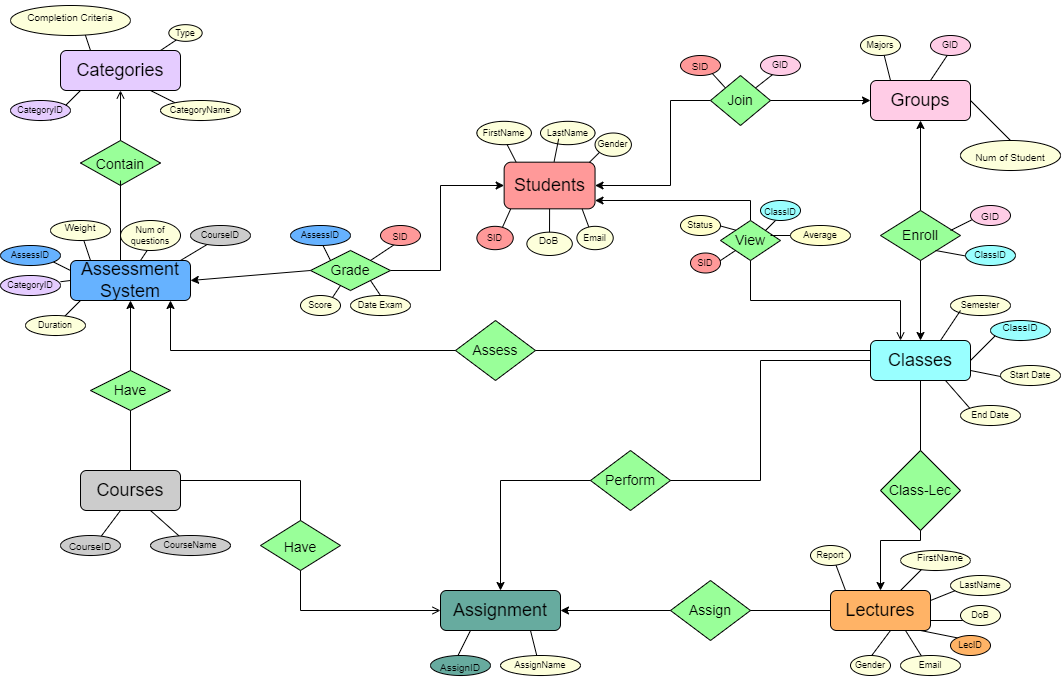
Earlier version of the draw.io export ERD Update 2.drawio.png (Vovietmanh/DBI202-MyAssignment). Source tidied: cells renumbered, new cells last; positions are measured from the earlier drawing's top-left corner, leaving out a move shared by most shapes.
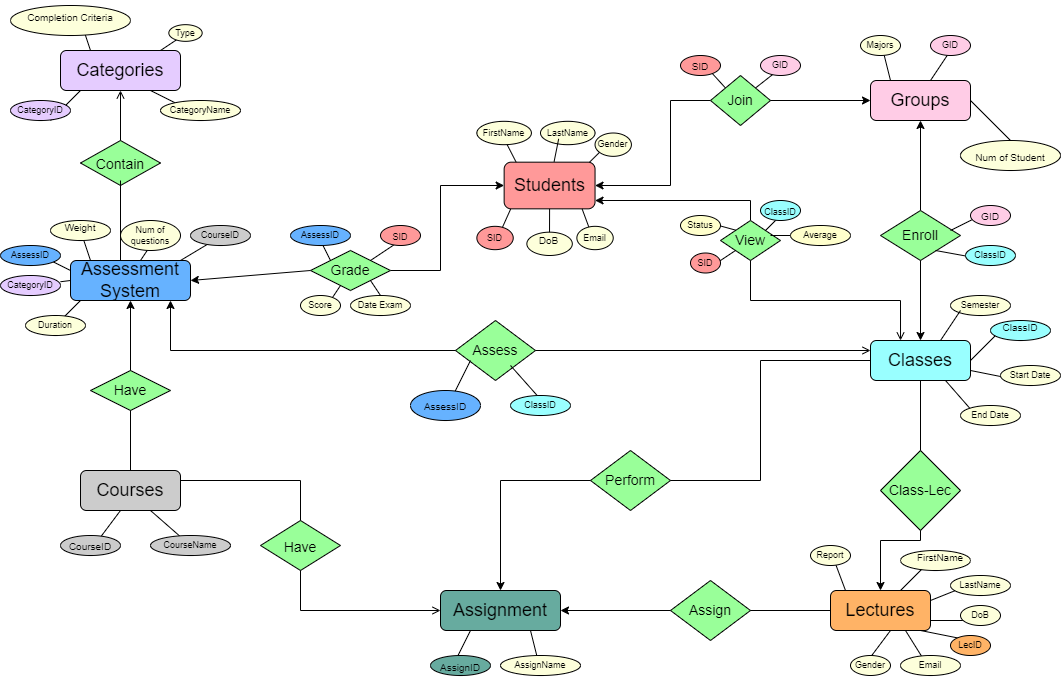
Later version of the same file.

Diff of the diagram source:
```diff
@@ -914,6 +914,35 @@
     <mxCell id="252" value="&lt;span style=&quot;font-size: 14px;&quot;&gt;Assess&lt;/span&gt;" style="text;html=1;strokeColor=none;fillColor=none;align=center;verticalAlign=middle;whiteSpace=wrap;rounded=0;fontSize=9;" parent="1" vertex="1">
       <mxGeometry x="465" y="335" width="60" height="30" as="geometry" />
     </mxCell>
+    <mxCell id="281" style="endArrow=none;html=1;rounded=0;fontSize=14;" parent="1" edge="1">
+      <mxGeometry relative="1" as="geometry">
+        <mxPoint x="450" y="400" as="sourcePoint" />
+        <mxPoint x="470" y="360" as="targetPoint" />
+      </mxGeometry>
+    </mxCell>
+    <mxCell id="282" style="group;" parent="1" vertex="1">
+      <mxGeometry x="410" y="390" width="70" height="30" as="geometry" />
+    </mxCell>
+    <mxCell id="283" style="ellipse;whiteSpace=wrap;html=1;fontSize=14;fillColor=#66B2FF;" parent="282" vertex="1">
+      <mxGeometry width="70" height="30" as="geometry" />
+    </mxCell>
+    <mxCell id="284" value="&lt;font size=&quot;1&quot;&gt;AssessID&lt;/font&gt;" style="text;html=1;strokeColor=none;fillColor=none;align=center;verticalAlign=middle;whiteSpace=wrap;rounded=0;fontSize=14;" parent="282" vertex="1">
+      <mxGeometry x="5" width="60" height="30" as="geometry" />
+    </mxCell>
+    <mxCell id="285" style="endArrow=none;html=1;rounded=0;fontSize=9;entryX=0.75;entryY=1;entryDx=0;entryDy=0;" parent="1" edge="1" target="252">
+      <mxGeometry relative="1" as="geometry">
+        <mxPoint x="550" y="410" as="sourcePoint" />
+      </mxGeometry>
+    </mxCell>
+    <mxCell id="286" style="group;" parent="1" vertex="1">
+      <mxGeometry x="510" y="390" width="60" height="30" as="geometry" />
+    </mxCell>
+    <mxCell id="287" style="ellipse;whiteSpace=wrap;html=1;fontSize=9;fillColor=#99FFFF;" parent="286" vertex="1">
+      <mxGeometry y="5" width="60" height="20" as="geometry" />
+    </mxCell>
+    <mxCell id="288" value="ClassID" style="text;html=1;strokeColor=none;fillColor=none;align=center;verticalAlign=middle;whiteSpace=wrap;rounded=0;fontSize=9;" parent="286" vertex="1">
+      <mxGeometry width="60" height="30" as="geometry" />
+    </mxCell>
     <mxCell id="253" style="rhombus;whiteSpace=wrap;html=1;fontSize=9;fillColor=#99FF99;" parent="1" vertex="1">
       <mxGeometry x="590" y="450" width="80" height="60" as="geometry" />
     </mxCell>
@@ -1004,9 +1033,6 @@
         </Array>
       </mxGeometry>
     </mxCell>
-    <mxCell id="276" style="endArrow=none;html=1;rounded=0;fontSize=9;startSize=6;endSize=6;sourcePerimeterSpacing=0;targetPerimeterSpacing=0;entryX=0;entryY=0.25;entryDx=0;entryDy=0;exitX=1;exitY=0.5;exitDx=0;exitDy=0;" parent="1" edge="1" source="251" target="80">
-      <mxGeometry relative="1" as="geometry" />
-    </mxCell>
     <mxCell id="277" style="endArrow=none;html=1;rounded=0;fontSize=9;startSize=6;endSize=6;sourcePerimeterSpacing=0;targetPerimeterSpacing=0;" parent="1" edge="1">
       <mxGeometry relative="1" as="geometry">
         <mxPoint x="120" y="180" as="sourcePoint" />
@@ -1035,5 +1061,8 @@
         <mxPoint x="920" y="380" as="targetPoint" />
       </mxGeometry>
     </mxCell>
+    <mxCell id="276" style="edgeStyle=none;jettySize=auto;html=1;rounded=0;endArrow=open;startSize=6;endSize=6;sourcePerimeterSpacing=0;targetPerimeterSpacing=0;entryX=0;entryY=0.25;entryDx=0;entryDy=0;exitX=1;exitY=0.5;exitDx=0;exitDy=0;" parent="1" edge="1" source="251" target="80">
+      <mxGeometry relative="1" as="geometry" />
+    </mxCell>
   </root>
 </mxGraphModel>
```
